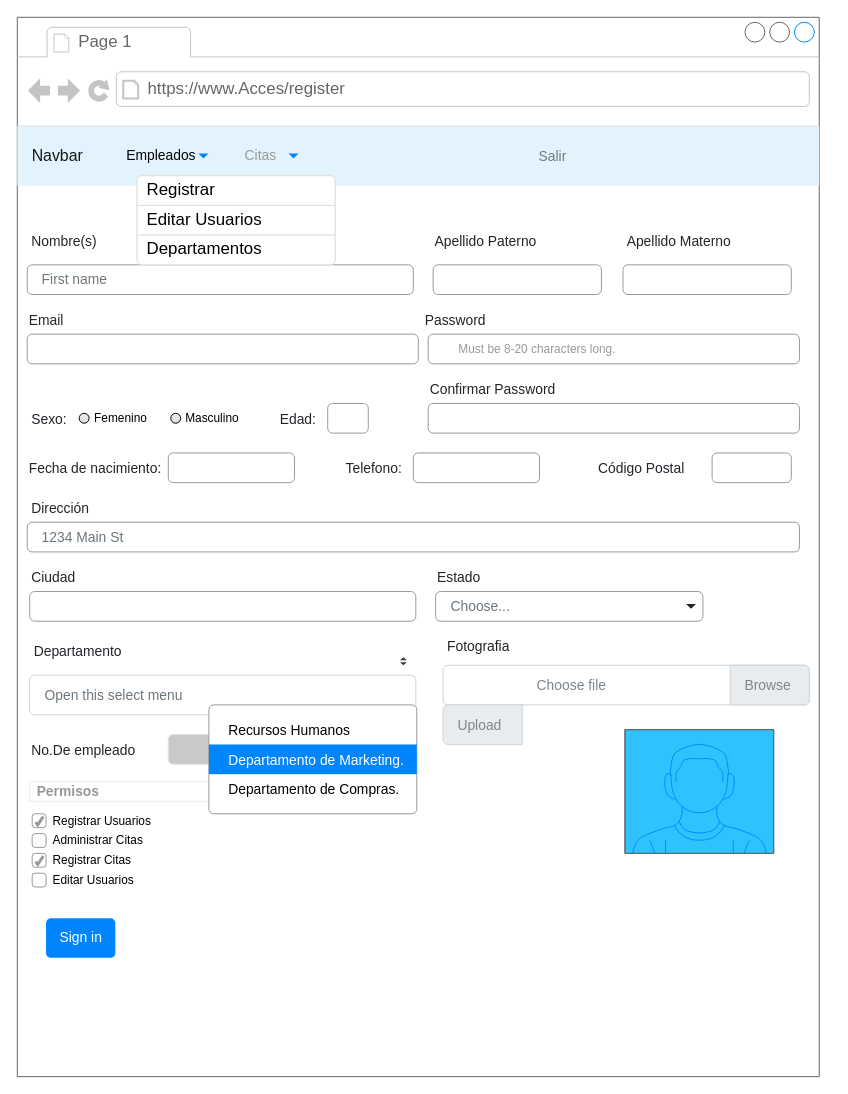
GwenBZ/AccesoEmpresa keeps this draw.io diagram as page "Register" (3 of 10) of Untitled Diagram.drawio. Above is the earlier version. Source tidied: cells renumbered, new cells numbered last; positions are measured from the earlier drawing's top-left corner, leaving out a move shared by most shapes. Both pictures are drawn from the tidied source at 99%, with x=0, y=0 at pixel (17, 17).
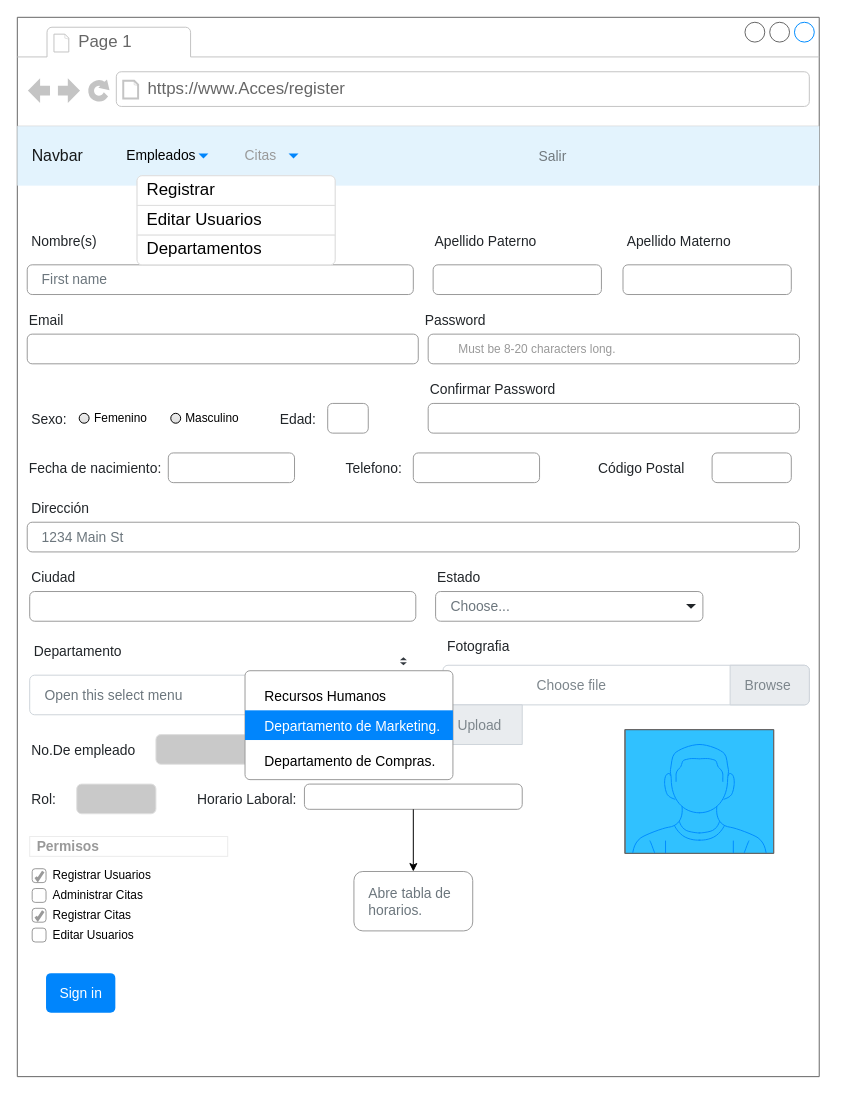
The same page after the edit.

The change refers to these unchanged cells:
```xml
<mxCell id="2" style="strokeWidth=1;shadow=0;dashed=0;align=center;html=1;shape=mxgraph.mockup.containers.browserWindow;rSize=0;strokeColor=#666666;strokeColor2=#008cff;strokeColor3=#c4c4c4;mainText=,;" parent="1" vertex="1">
  <mxGeometry width="810" height="1070" as="geometry" />
</mxCell>
```

What changed in the source:
```diff
@@
     <mxCell id="24" value="Sign in" style="html=1;shadow=0;dashed=0;shape=mxgraph.bootstrap.rrect;rSize=5;fillColor=#0085FC;strokeColor=none;align=center;fontSize=14;fontColor=#FFFFFF;" parent="2" vertex="1">
-      <mxGeometry x="29" y="910" width="70" height="40" as="geometry" />
+      <mxGeometry x="29" y="965.5" width="70" height="40" as="geometry" />
     </mxCell>
@@
     <mxCell id="38" style="html=1;shadow=0;dashed=0;shape=mxgraph.bootstrap.rrect;rSize=5;fillColor=#C9C9C9;strokeColor=#E0E0E0;align=left;spacing=15;fontSize=14;fontColor=#6C767D;" parent="2" vertex="1">
-      <mxGeometry x="152.5" y="724.5" width="247.5" height="30" as="geometry" />
+      <mxGeometry x="140" y="724.5" width="247.5" height="30" as="geometry" />
     </mxCell>
     <mxCell id="39" value="&lt;font style=&quot;font-size: 14px;&quot;&gt;&lt;b&gt;Permisos&lt;/b&gt;&lt;/font&gt;" style="html=1;shadow=0;dashed=0;shape=mxgraph.bootstrap.rect;strokeColor=#EBEBEB;fillColor=none;fontColor=#999999;align=left;spacingLeft=5;whiteSpace=wrap;rounded=0;" parent="2" vertex="1">
-      <mxGeometry x="12.5" y="772" width="200" height="20" as="geometry" />
+      <mxGeometry x="12.5" y="827.5" width="200" height="20" as="geometry" />
     </mxCell>
     <mxCell id="40" value="Registrar Usuarios" style="html=1;shadow=0;dashed=0;shape=mxgraph.bootstrap.checkbox;fontSize=12;strokeColor=#999999;align=left;labelPosition=right;spacingLeft=5;rounded=0;" parent="2" vertex="1">
-      <mxGeometry x="15" y="804.5" width="14" height="14" as="geometry" />
+      <mxGeometry x="15" y="860" width="14" height="14" as="geometry" />
     </mxCell>
     <mxCell id="41" value="Administrar Citas " style="html=1;shadow=0;dashed=0;shape=mxgraph.bootstrap.rrect;fontSize=12;rSize=3;strokeColor=#999999;align=left;labelPosition=right;spacingLeft=5;rounded=0;" parent="2" vertex="1">
-      <mxGeometry x="15" y="824.5" width="14" height="14" as="geometry" />
+      <mxGeometry x="15" y="880" width="14" height="14" as="geometry" />
     </mxCell>
     <mxCell id="42" value="Registrar Citas" style="html=1;shadow=0;dashed=0;shape=mxgraph.bootstrap.checkbox;fontSize=12;strokeColor=#999999;align=left;labelPosition=right;spacingLeft=5;rounded=0;" parent="2" vertex="1">
-      <mxGeometry x="15" y="844.5" width="14" height="14" as="geometry" />
+      <mxGeometry x="15" y="900" width="14" height="14" as="geometry" />
     </mxCell>
     <mxCell id="43" value="Editar Usuarios" style="html=1;shadow=0;dashed=0;shape=mxgraph.bootstrap.rrect;fontSize=12;rSize=3;strokeColor=#999999;align=left;labelPosition=right;spacingLeft=5;rounded=0;" parent="2" vertex="1">
-      <mxGeometry x="15" y="864.5" width="14" height="14" as="geometry" />
+      <mxGeometry x="15" y="920" width="14" height="14" as="geometry" />
     </mxCell>
@@
-    <mxCell id="46" style="html=1;shadow=0;dashed=0;shape=mxgraph.bootstrap.rrect;rSize=5;fillColor=#ffffff;strokeColor=#999999;" parent="2" vertex="1">
-      <mxGeometry x="193.5" y="694.5" width="210" height="110" as="geometry" />
-    </mxCell>
-    <mxCell id="47" value="Recursos Humanos" style="fillColor=none;strokeColor=none;align=left;spacing=20;fontSize=14;" parent="46" vertex="1">
-      <mxGeometry width="170" height="30" relative="1" as="geometry">
-        <mxPoint y="10" as="offset" />
-      </mxGeometry>
-    </mxCell>
-    <mxCell id="48" value="Departamento de Marketing." style="fillColor=#0085FC;strokeColor=none;fontColor=#ffffff;align=left;spacing=20;fontSize=14;sketch=0;" parent="46" vertex="1">
-      <mxGeometry width="210" height="30" relative="1" as="geometry">
-        <mxPoint y="40" as="offset" />
-      </mxGeometry>
-    </mxCell>
-    <mxCell id="49" value="Departamento de Compras." style="fillColor=none;strokeColor=none;align=left;spacing=20;fontSize=14;fontStyle=0;" parent="46" vertex="1">
-      <mxGeometry width="170" height="30" relative="1" as="geometry">
-        <mxPoint y="70" as="offset" />
-      </mxGeometry>
-    </mxCell>
@@
+    <mxCell id="67" value="Rol:" style="fillColor=none;strokeColor=none;align=left;fontSize=14;fontColor=#212529;" parent="2" vertex="1">
+      <mxGeometry x="12.5" y="774.5" width="200" height="30" as="geometry" />
+    </mxCell>
+    <mxCell id="68" style="html=1;shadow=0;dashed=0;shape=mxgraph.bootstrap.rrect;rSize=5;fillColor=#C9C9C9;strokeColor=#E0E0E0;align=left;spacing=15;fontSize=14;fontColor=#6C767D;" parent="2" vertex="1">
+      <mxGeometry x="60" y="774.5" width="80" height="30" as="geometry" />
+    </mxCell>
+    <mxCell id="69" style="html=1;shadow=0;dashed=0;shape=mxgraph.bootstrap.rrect;rSize=5;fillColor=none;strokeColor=#999999;align=left;spacing=15;fontSize=14;fontColor=#6C767D;" parent="2" vertex="1">
+      <mxGeometry x="290" y="774.5" width="220" height="25.5" as="geometry" />
+    </mxCell>
+    <mxCell id="70" value="Horario Laboral:" style="fillColor=none;strokeColor=none;align=left;fontSize=14;fontColor=#212529;" parent="2" vertex="1">
+      <mxGeometry x="180" y="774.5" width="110" height="30" as="geometry" />
+    </mxCell>
+    <mxCell id="46" style="html=1;shadow=0;dashed=0;shape=mxgraph.bootstrap.rrect;rSize=5;fillColor=#ffffff;strokeColor=#999999;" parent="2" vertex="1">
+      <mxGeometry x="230" y="660" width="210" height="110" as="geometry" />
+    </mxCell>
+    <mxCell id="47" value="Recursos Humanos" style="fillColor=none;strokeColor=none;align=left;spacing=20;fontSize=14;" parent="46" vertex="1">
+      <mxGeometry width="170" height="30" relative="1" as="geometry">
+        <mxPoint y="10" as="offset" />
+      </mxGeometry>
+    </mxCell>
+    <mxCell id="48" value="Departamento de Marketing." style="fillColor=#0085FC;strokeColor=none;fontColor=#ffffff;align=left;spacing=20;fontSize=14;sketch=0;" parent="46" vertex="1">
+      <mxGeometry width="210" height="30" relative="1" as="geometry">
+        <mxPoint y="40" as="offset" />
+      </mxGeometry>
+    </mxCell>
+    <mxCell id="49" value="Departamento de Compras." style="fillColor=none;strokeColor=none;align=left;spacing=20;fontSize=14;fontStyle=0;" parent="46" vertex="1">
+      <mxGeometry width="170" height="30" relative="1" as="geometry">
+        <mxPoint y="76" as="offset" />
+      </mxGeometry>
+    </mxCell>
+    <mxCell id="71" value="Abre tabla de horarios." style="rounded=1;whiteSpace=wrap;html=1;fontSize=14;align=left;fillColor=none;strokeColor=#999999;fontColor=#6C767D;shadow=0;dashed=0;spacing=15;" parent="1" vertex="1">
+      <mxGeometry x="340" y="862.8" width="120" height="60" as="geometry" />
+    </mxCell>
+    <mxCell id="72" style="edgeStyle=orthogonalEdgeStyle;rounded=0;jettySize=auto;html=1;fontSize=14;" parent="1" edge="1" source="69" target="71">
+      <mxGeometry relative="1" as="geometry" />
+    </mxCell>
```
